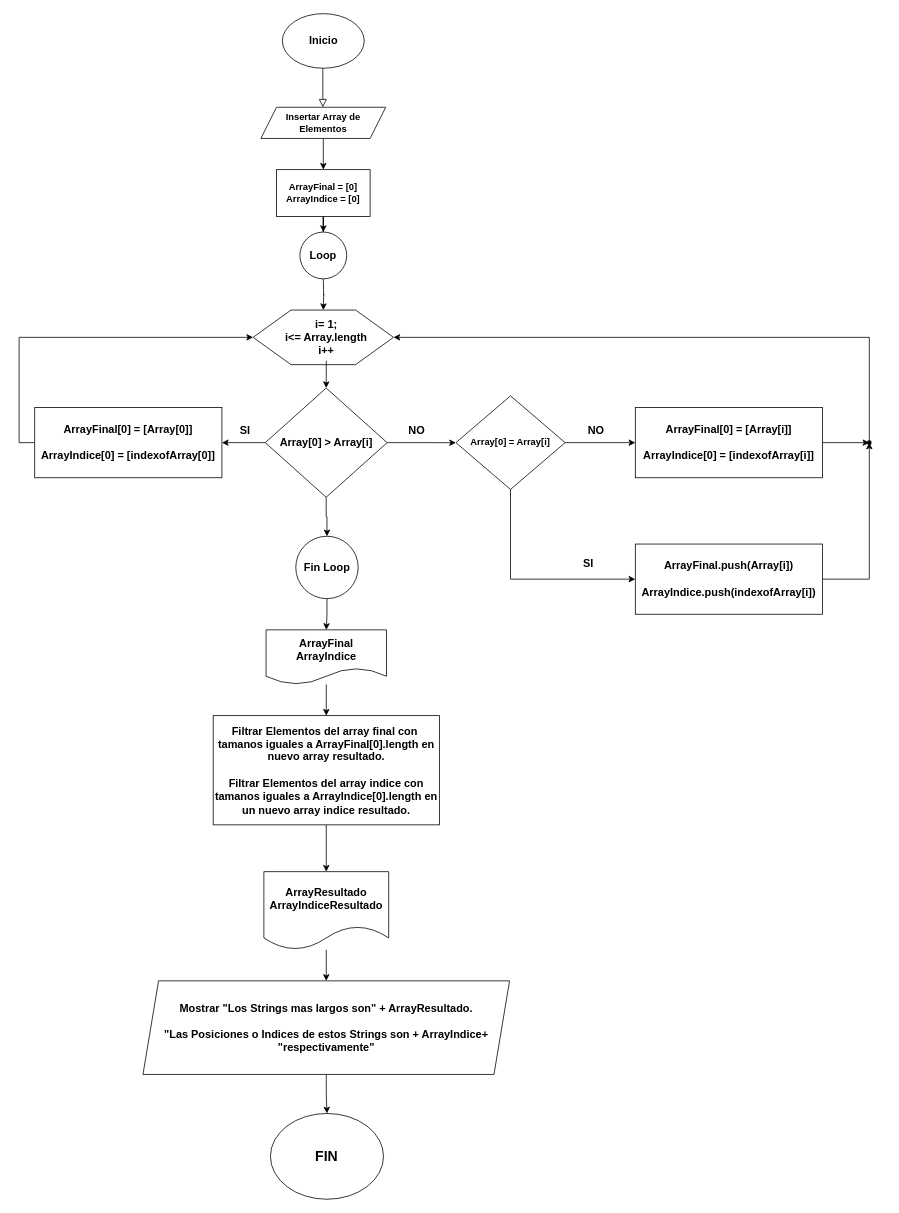
This is DiagramadeFlujoREtoLogico.drawio from dannzdev/RetoLongestString, a draw.io file, before an edit. Source tidied: cells renumbered, new cells numbered last; positions are measured from the earlier drawing's top-left corner, leaving out a move shared by most shapes. Both pictures are drawn from the tidied source at 78%, with x=0, y=0 at pixel (34, 13).
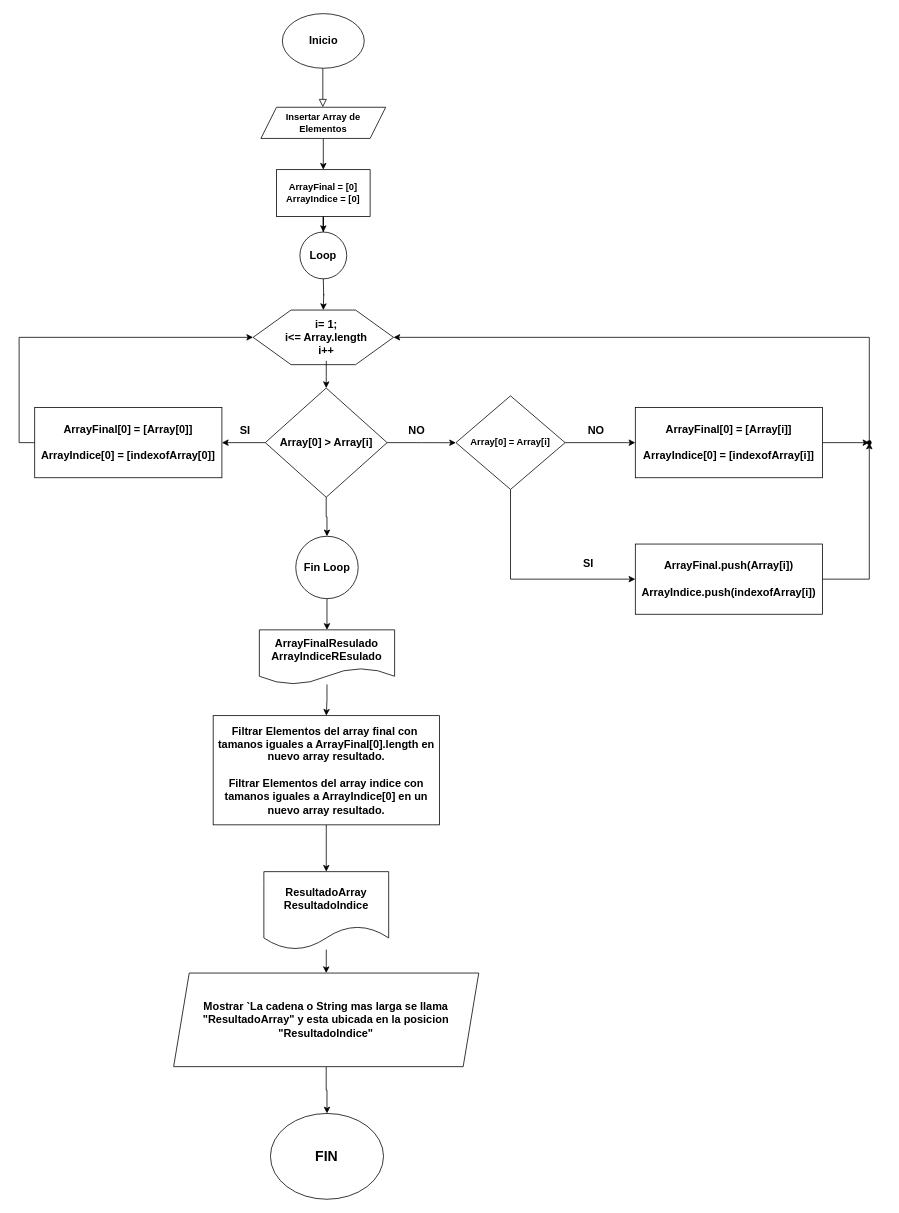
Above is the later version.

Commit message (it also covers changes not shown here):
Creacion de Funciones de busqueda y filtrado para el programa

Diff of the diagram source:
```diff
@@
-    <mxCell id="32" value="&lt;b&gt;&lt;font style=&quot;font-size: 14px&quot;&gt;ArrayFinal&lt;br&gt;ArrayIndice&lt;/font&gt;&lt;/b&gt;" style="shape=document;whiteSpace=wrap;html=1;boundedLbl=1;" parent="1" vertex="1">
-      <mxGeometry x="296.6" y="790" width="154.4" height="70" as="geometry" />
+    <mxCell id="32" value="&lt;b&gt;&lt;font style=&quot;font-size: 14px&quot;&gt;ArrayFinalResulado&lt;br&gt;ArrayIndiceREsulado&lt;/font&gt;&lt;/b&gt;" style="shape=document;whiteSpace=wrap;html=1;boundedLbl=1;" parent="1" vertex="1">
+      <mxGeometry x="288" y="790" width="173.4" height="70" as="geometry" />
     </mxCell>
@@
-    <mxCell id="34" value="&lt;b&gt;&lt;font style=&quot;font-size: 14px&quot;&gt;Filtrar Elementos del array final con&amp;nbsp; tamanos iguales a ArrayFinal[0].length en nuevo array resultado.&lt;br&gt;&lt;br&gt;Filtrar Elementos del array indice con tamanos iguales a ArrayIndice[0].length en un nuevo array indice resultado.&lt;/font&gt;&lt;/b&gt;" style="rounded=0;whiteSpace=wrap;html=1;" parent="1" vertex="1">
+    <mxCell id="34" value="&lt;b&gt;&lt;font style=&quot;font-size: 14px&quot;&gt;Filtrar Elementos del array final con&amp;nbsp; tamanos iguales a ArrayFinal[0].length en nuevo array resultado.&lt;br&gt;&lt;br&gt;Filtrar Elementos del array indice con tamanos iguales a ArrayIndice[0] en un nuevo array resultado.&lt;/font&gt;&lt;/b&gt;" style="rounded=0;whiteSpace=wrap;html=1;" parent="1" vertex="1">
       <mxGeometry x="228.8" y="900" width="290" height="140" as="geometry" />
     </mxCell>
@@
-    <mxCell id="39" value="&lt;b&gt;&lt;font style=&quot;font-size: 14px&quot;&gt;Mostrar &quot;Los Strings mas largos son&quot; + ArrayResultado.&lt;br&gt;&lt;br&gt;&lt;font&gt;&quot;Las Posiciones o Indices de estos Strings son + ArrayIndice+ &quot;respectivamente&quot;&lt;/font&gt;&lt;/font&gt;&lt;/b&gt;" style="shape=parallelogram;perimeter=parallelogramPerimeter;whiteSpace=wrap;html=1;fixedSize=1;" parent="1" vertex="1">
-      <mxGeometry x="138.8" y="1240" width="470" height="120" as="geometry" />
+    <mxCell id="39" value="&lt;span style=&quot;font-size: 14px&quot;&gt;&lt;b&gt;Mostrar `La cadena o String mas larga se llama &quot;ResultadoArray&quot; y esta ubicada en la posicion &quot;ResultadoIndice&quot;&lt;/b&gt;&lt;/span&gt;" style="shape=parallelogram;perimeter=parallelogramPerimeter;whiteSpace=wrap;html=1;fixedSize=1;" parent="1" vertex="1">
+      <mxGeometry x="178.1" y="1230" width="391.2" height="120" as="geometry" />
     </mxCell>
@@
-    <mxCell id="42" value="&lt;font style=&quot;font-size: 14px&quot;&gt;&lt;b&gt;ArrayResultado&lt;br&gt;ArrayIndiceResultado&lt;/b&gt;&lt;/font&gt;" style="shape=document;whiteSpace=wrap;html=1;boundedLbl=1;" parent="1" vertex="1">
+    <mxCell id="42" value="&lt;span style=&quot;font-size: 14px&quot;&gt;&lt;b&gt;ResultadoArray&lt;br&gt;ResultadoIndice&lt;br&gt;&lt;/b&gt;&lt;/span&gt;" style="shape=document;whiteSpace=wrap;html=1;boundedLbl=1;" parent="1" vertex="1">
       <mxGeometry x="293.8" y="1100" width="160" height="100" as="geometry" />
     </mxCell>
```
